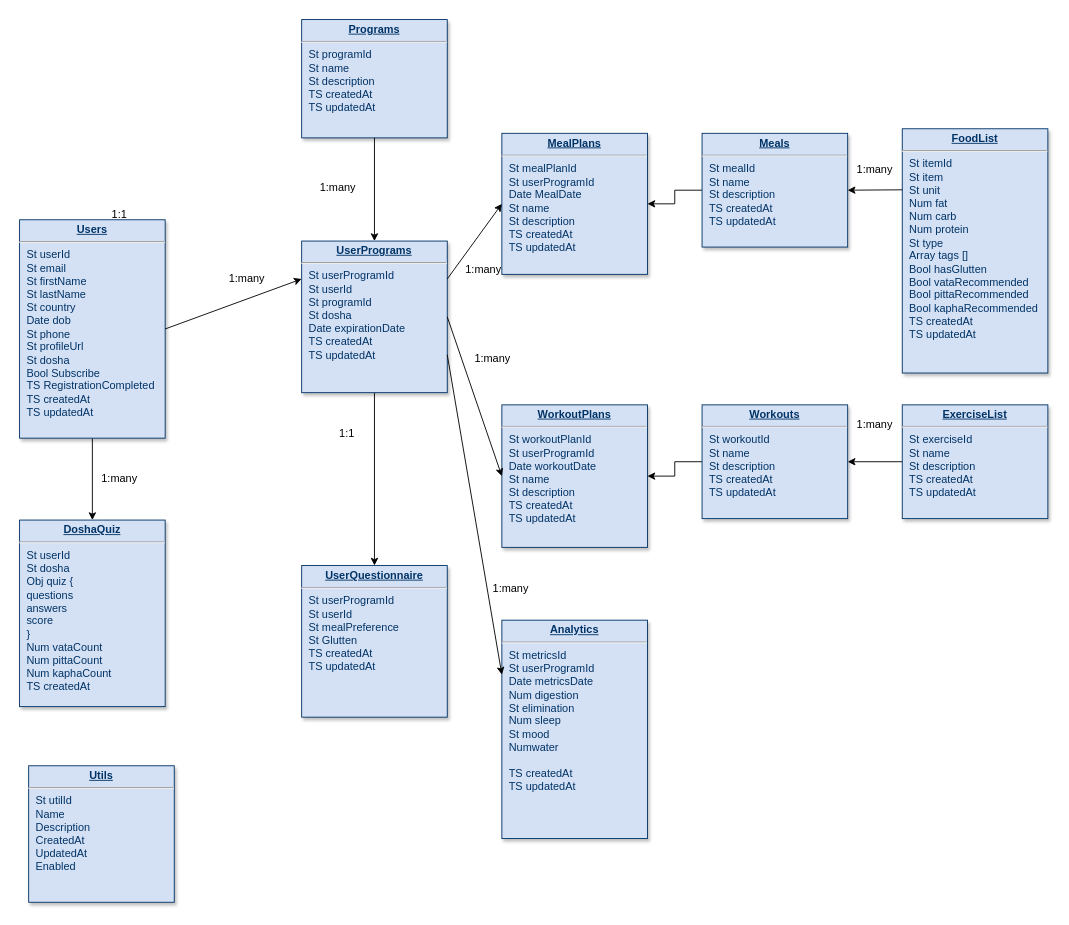
Before: Prana Diagram.drawio in jhonnyoddball/mauro218, a draw.io diagram. Source tidied: cells renumbered, new cells numbered last; positions are measured from the earlier drawing's top-left corner, leaving out a move shared by most shapes. Both pictures are drawn from the tidied source at 91%, with x=0, y=0 at pixel (19, 19).
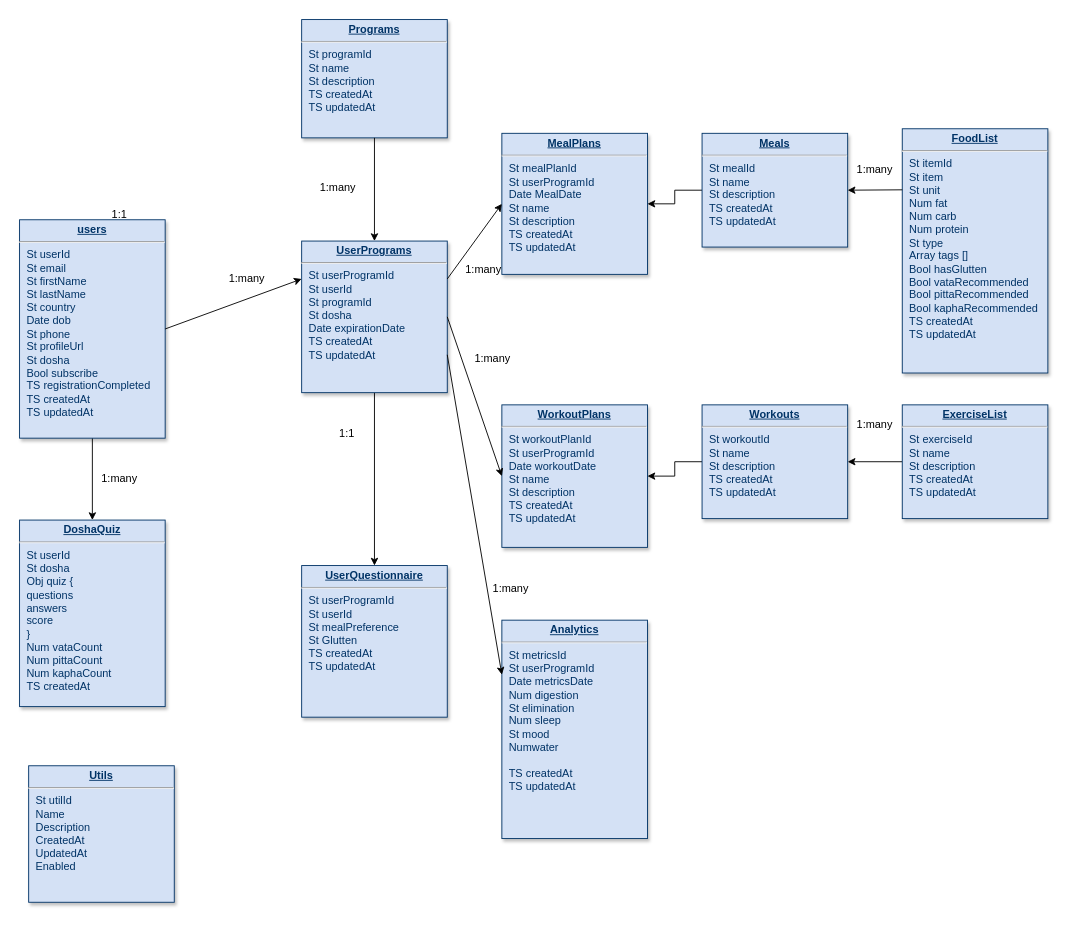
Above is the later version.

Change to the diagram source:
```diff
@@
-    <mxCell id="6" value="&lt;p style=&quot;margin: 0px ; margin-top: 4px ; text-align: center ; text-decoration: underline&quot;&gt;&lt;strong&gt;Users&lt;/strong&gt;&lt;/p&gt;&lt;hr&gt;&lt;p style=&quot;margin: 0px ; margin-left: 8px&quot;&gt;St userId&lt;/p&gt;&lt;p style=&quot;margin: 0px ; margin-left: 8px&quot;&gt;St email&lt;/p&gt;&lt;p style=&quot;margin: 0px ; margin-left: 8px&quot;&gt;St firstName&lt;/p&gt;&lt;p style=&quot;margin: 0px ; margin-left: 8px&quot;&gt;St lastName&lt;/p&gt;&lt;p style=&quot;margin: 0px ; margin-left: 8px&quot;&gt;St country&lt;/p&gt;&lt;p style=&quot;margin: 0px ; margin-left: 8px&quot;&gt;Date dob&lt;/p&gt;&lt;p style=&quot;margin: 0px ; margin-left: 8px&quot;&gt;St phone&lt;/p&gt;&lt;p style=&quot;margin: 0px ; margin-left: 8px&quot;&gt;St profileUrl&lt;/p&gt;&lt;p style=&quot;margin: 0px ; margin-left: 8px&quot;&gt;St dosha&lt;/p&gt;&lt;p style=&quot;margin: 0px ; margin-left: 8px&quot;&gt;Bool Subscribe&lt;/p&gt;&lt;p style=&quot;margin: 0px ; margin-left: 8px&quot;&gt;TS RegistrationCompleted&lt;/p&gt;&lt;p style=&quot;margin: 0px ; margin-left: 8px&quot;&gt;TS createdAt&lt;/p&gt;&lt;p style=&quot;margin: 0px ; margin-left: 8px&quot;&gt;TS updatedAt&lt;/p&gt;" style="verticalAlign=top;align=left;overflow=fill;fontSize=12;fontFamily=Helvetica;html=1;strokeColor=#003366;shadow=1;fillColor=#D4E1F5;fontColor=#003366;" parent="1" vertex="1">
+    <mxCell id="6" value="&lt;p style=&quot;margin: 0px ; margin-top: 4px ; text-align: center ; text-decoration: underline&quot;&gt;&lt;strong&gt;users&lt;/strong&gt;&lt;/p&gt;&lt;hr&gt;&lt;p style=&quot;margin: 0px ; margin-left: 8px&quot;&gt;St userId&lt;/p&gt;&lt;p style=&quot;margin: 0px ; margin-left: 8px&quot;&gt;St email&lt;/p&gt;&lt;p style=&quot;margin: 0px ; margin-left: 8px&quot;&gt;St firstName&lt;/p&gt;&lt;p style=&quot;margin: 0px ; margin-left: 8px&quot;&gt;St lastName&lt;/p&gt;&lt;p style=&quot;margin: 0px ; margin-left: 8px&quot;&gt;St country&lt;/p&gt;&lt;p style=&quot;margin: 0px ; margin-left: 8px&quot;&gt;Date dob&lt;/p&gt;&lt;p style=&quot;margin: 0px ; margin-left: 8px&quot;&gt;St phone&lt;/p&gt;&lt;p style=&quot;margin: 0px ; margin-left: 8px&quot;&gt;St profileUrl&lt;/p&gt;&lt;p style=&quot;margin: 0px ; margin-left: 8px&quot;&gt;St dosha&lt;/p&gt;&lt;p style=&quot;margin: 0px ; margin-left: 8px&quot;&gt;Bool subscribe&lt;/p&gt;&lt;p style=&quot;margin: 0px ; margin-left: 8px&quot;&gt;TS registrationCompleted&lt;/p&gt;&lt;p style=&quot;margin: 0px ; margin-left: 8px&quot;&gt;TS createdAt&lt;/p&gt;&lt;p style=&quot;margin: 0px ; margin-left: 8px&quot;&gt;TS updatedAt&lt;/p&gt;" style="verticalAlign=top;align=left;overflow=fill;fontSize=12;fontFamily=Helvetica;html=1;strokeColor=#003366;shadow=1;fillColor=#D4E1F5;fontColor=#003366;" parent="1" vertex="1">
       <mxGeometry y="220" width="160" height="240" as="geometry" />
     </mxCell>
```
